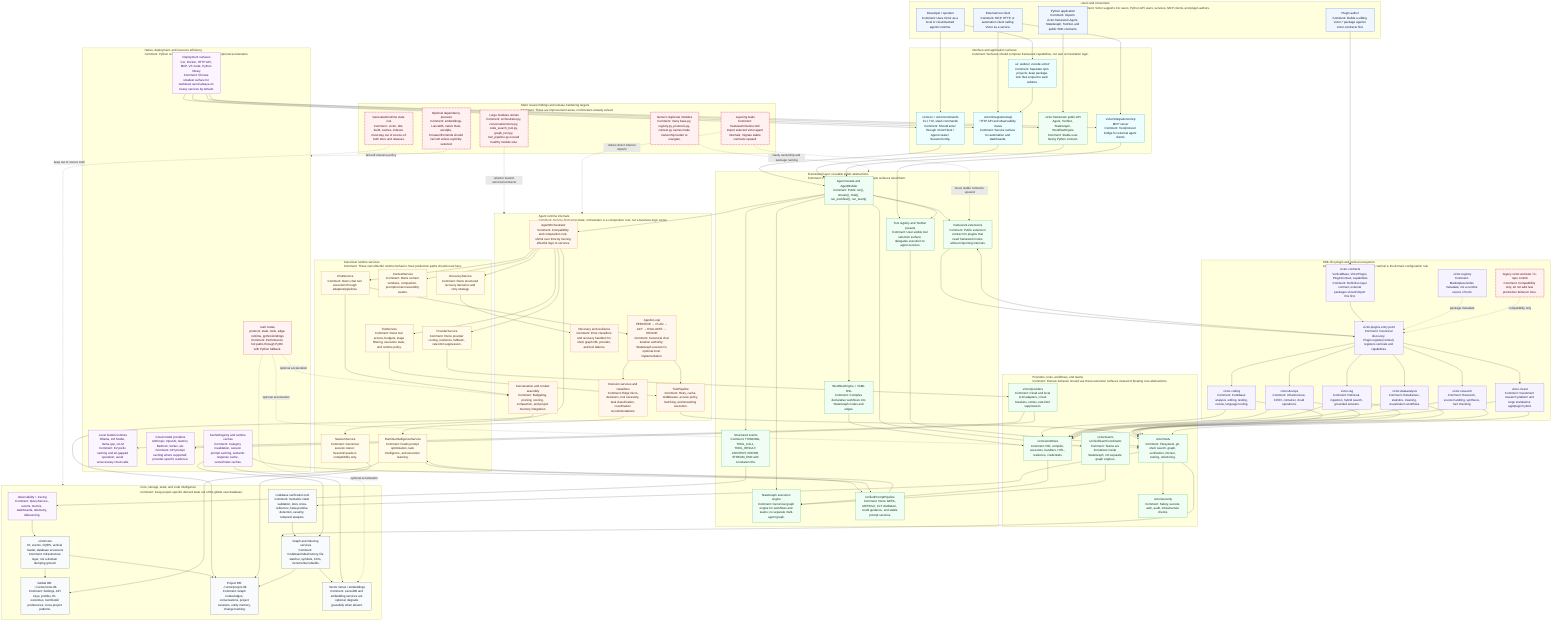
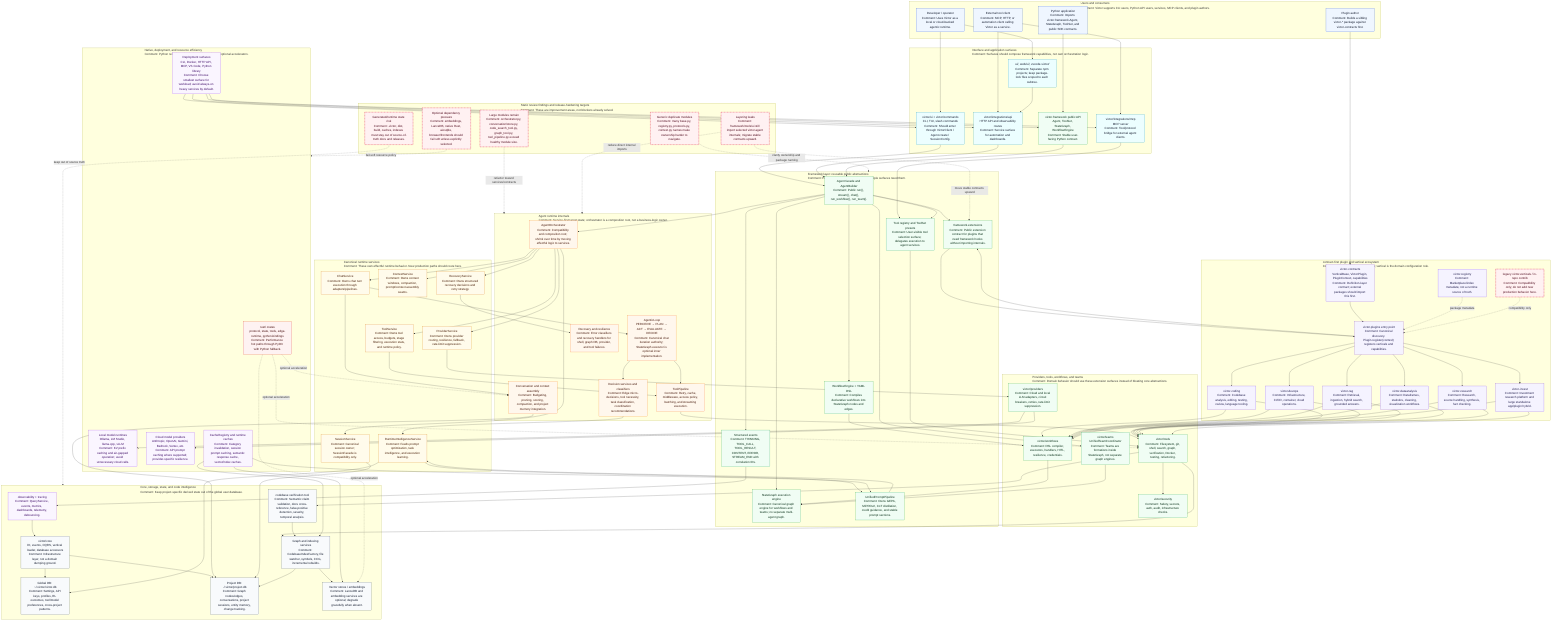
%% Victor 0.7 architecture deep dive.
%% Purpose: release-facing map of runtime layering, plugin boundaries, resource ownership, and known coupling hotspots.
%% Reading rule: solid arrows are primary runtime flows; dotted arrows are discovery, compatibility, or optional flows.
%% Conservative architecture rule: root framework owns reusable contracts; sibling victor-* repos own domain behavior.
flowchart TB
  %% Visual classes keep runtime ownership, extension seams, storage, and risk areas distinguishable in the rendered SVG.
  classDef user fill:#eff6ff,stroke:#1d4ed8,color:#0f172a,stroke-width:1px
  classDef surface fill:#ecfeff,stroke:#0891b2,color:#0f172a,stroke-width:1px
  classDef framework fill:#f0fdf4,stroke:#16a34a,color:#052e16,stroke-width:1px
  classDef agent fill:#fff7ed,stroke:#f97316,color:#431407,stroke-width:1px
  classDef service fill:#fffbeb,stroke:#d97706,color:#451a03,stroke-width:1px
  classDef extension fill:#f5f3ff,stroke:#7c3aed,color:#1e1b4b,stroke-width:1px
  classDef storage fill:#f8fafc,stroke:#475569,color:#0f172a,stroke-width:1px
  classDef native fill:#fef2f2,stroke:#dc2626,color:#450a0a,stroke-width:1px
  classDef ops fill:#faf5ff,stroke:#9333ea,color:#3b0764,stroke-width:1px
  classDef risk fill:#fff1f2,stroke:#e11d48,color:#4c0519,stroke-width:2px,stroke-dasharray: 5 3

  subgraph Users["Users and consumers\nComment: Victor supports CLI users, Python API users, services, MCP clients, and plugin authors."]
    U1["Developer / operator\nComment: Uses Victor as a local or cloud-backed agentic runtime."]:::user
    U2["Python application\nComment: Imports victor.framework.Agent, StateGraph, ToolSet, and public SDK contracts."]:::user
    U3["External tool client\nComment: MCP, HTTP, or automation client calling Victor as a service."]:::user
    U4["Plugin author\nComment: Builds a sibling victor-* package against victor-contracts first."]:::user
  end

  subgraph Surfaces["Interface and application surfaces\nComment: Surfaces should compose framework capabilities, not own orchestration logic."]
    CLI["victor/ui + victor/commands\nCLI, TUI, slash commands\nComment: Should enter through VictorClient / Agent.create / SessionConfig."]:::surface
    API["victor/integrations/api\nHTTP API and observability routes\nComment: Service surface for automation and dashboards."]:::surface
    MCP["victor/integrations/mcp\nMCP server\nComment: Tool/protocol bridge for external agent clients."]:::surface
    PyAPI["victor.framework public API\nAgent, ToolSet, StateGraph, WorkflowEngine\nComment: Stable user-facing Python contract."]:::framework
    Frontends["ui/, web/ui/, vscode-victor/\nComment: Separate npm projects; keep package-lock files scoped to each subtree."]:::surface
  end

  subgraph Framework["Framework layer: reusable public abstractions\nComment: Put reusable APIs here only when multiple surfaces need them."]
    AgentAPI["Agent facade and AgentBuilder\nComment: Public run(), stream(), chat(), run_workflow(), run_team()."]:::framework
    StateGraph["StateGraph execution engine\nComment: Canonical graph engine for workflows and teams; no separate multi-agent graph."]:::framework
    WorkflowEngine["WorkflowEngine + YAML DSL\nComment: Compiles declarative workflows into StateGraph nodes and edges."]:::framework
    ToolRegistry["Tool registry and ToolSet presets\nComment: User-visible tool selection surface; delegates execution to agent services."]:::framework
    Events["Structured events\nComment: THINKING, TOOL_CALL, TOOL_RESULT, CONTENT, ERROR, STREAM_END with correlation IDs."]:::framework
    FrameworkExt["framework.extensions\nComment: Public extension contract for plugins that need framework hooks without importing internals."]:::framework
    PromptPipeline["UnifiedPromptPipeline\nComment: Owns GEPA, MiPROv2, CoT distillation, credit guidance, and stable prompt sections."]:::framework
  end

  subgraph AgentRuntime["Agent runtime internals\nComment: Service-first target state; orchestrator is a composition root, not a business-logic owner."]
    Orchestrator["AgentOrchestrator\nComment: Compatibility and composition root; shrink over time by moving effectful logic to services."]:::agent
    AgenticLoop["AgenticLoop\nPERCEIVE → PLAN → ACT → EVALUATE → DECIDE\nComment: Canonical chat iteration authority; StateGraph executor is optional inner implementation."]:::agent
    ToolPipeline["ToolPipeline\nComment: Retry, cache, middleware, access policy, batching, and streaming execution."]:::agent
    DecisionLayer["Decision services and classifiers\nComment: Edge micro-decisions, tool necessity, task classification, coordination recommendations."]:::agent
    ContextAssembler["Conversation and context assembly\nComment: Budgeting, pruning, scoring, compaction, and project memory integration."]:::agent
    RecoveryLayer["Recovery and resilience\nComment: Error classifiers and recovery handlers for shell, graph DB, provider, and tool failures."]:::agent
  end

  subgraph Services["Canonical runtime services\nComment: These own effectful runtime behavior. New production paths should route here."]
    ChatService["ChatService\nComment: Owns chat turn execution through adapters/pipelines."]:::service
    ToolService["ToolService\nComment: Owns tool access, budgets, stage filtering, execution stats, and runtime policy."]:::service
    SessionService["SessionService\nComment: Canonical session owner; SessionFacade is compatibility only."]:::service
    ContextService["ContextService\nComment: Owns context windows, compaction, prompt/context assembly seams."]:::service
    ProviderService["ProviderService\nComment: Owns provider routing, resilience, fallback, rate-limit suppression."]:::service
    RecoveryService["RecoveryService\nComment: Owns structured recovery decisions and retry strategy."]:::service
    RuntimeIntel["RuntimeIntelligenceService\nComment: Feeds prompt optimization, task intelligence, and execution learning."]:::service
  end

-   subgraph Extensions["SDK-first plugin and vertical ecosystem\nComment: Plugin is the bootstrap seam; vertical is the domain configuration role."]
+   subgraph Extensions["contract-first plugin and vertical ecosystem\nComment: Plugin is the bootstrap seam; vertical is the domain configuration role."]
    SDK["victor-contracts\nVerticalBase, VictorPlugin, PluginContext, capabilities\nComment: Definition-layer contract; external packages should import this first."]:::extension
    PluginDiscovery["victor.plugins entry point\nComment: Canonical discovery. Plugin.register(context) registers verticals and capabilities."]:::extension
    LegacyVerticals["legacy victor.verticals / in-repo contrib\nComment: Compatibility only; do not add new production behavior here."]:::risk
    Registry["victor-registry\nComment: Marketplace/index metadata; not a runtime source of truth."]:::extension
    VCoding["victor-coding\nComment: Codebase analysis, editing, testing, review, language tooling."]:::extension
    VDevOps["victor-devops\nComment: Infrastructure, CI/CD, container, cloud operations."]:::extension
    VRag["victor-rag\nComment: Retrieval, ingestion, hybrid search, grounded answers."]:::extension
    VData["victor-dataanalysis\nComment: Dataframes, statistics, cleaning, visualization workflows."]:::extension
    VResearch["victor-research\nComment: Research, source handling, synthesis, fact checking."]:::extension
    VInvest["victor-invest\nComment: Investment research platform and large standalone app/plugin hybrid."]:::extension
  end

  subgraph CoreData["Core, storage, state, and code intelligence\nComment: Keep project-specific derived state out of the global user database."]
    Core["victor/core\nDI, events, CQRS, vertical loader, database accessors\nComment: Infrastructure layer, not a domain dumping ground."]:::storage
    GlobalDB["Global DB: ~/.victor/victor.db\nComment: Settings, API keys, profiles, RL outcomes, tool/model preferences, cross-project patterns."]:::storage
    ProjectDB["Project DB: ./.victor/project.db\nComment: Graph nodes/edges, conversations, project sessions, entity memory, change tracking."]:::storage
    GraphIndex["Graph and indexing services\nComment: CodebaseIndexFactory, file watcher, symbols, CCG, incremental rebuilds."]:::storage
    VectorStores["Vector stores / embeddings\nComment: LanceDB and embedding services are optional; degrade gracefully when absent."]:::storage
    Verification["codebase verification tool\nComment: Semantic claim validation, docs cross-reference, false-positive detection, severity, temporal analysis."]:::storage
    Observability["observability + tracing\nComment: QueryService, events, metrics, dashboards, telemetry, debouncing."]:::ops
  end

  subgraph RuntimeProviders["Providers, tools, workflows, and teams\nComment: Domain behavior should use these extension surfaces instead of bloating core abstractions."]
    Providers["victor/providers\nComment: Cloud and local LLM adapters, circuit breakers, retries, rate-limit suppression."]:::framework
    Tools["victor/tools\nComment: Filesystem, git, shell, search, graph, verification, Docker, testing, refactoring."]:::framework
    Workflows["victor/workflows\nComment: DSL compiler, executors, handlers, HITL, resilience, credentials."]:::framework
    Teams["victor/teams\nUnifiedTeamCoordinator\nComment: Teams are formations inside StateGraph, not separate graph engines."]:::framework
    Security["victor/security\nComment: Safety, secrets, auth, audit, infrastructure checks."]:::framework
  end

  subgraph NativeOps["Native, deployment, and resource efficiency\nComment: Python remains authoritative; native paths are optional accelerators."]
    Rust["rust/ crates\nprotocol, state, tools, edge-runtime, python-bindings\nComment: Performance hot paths through PyO3 with Python fallback."]:::native
    LocalModels["Local model runtimes\nOllama, LM Studio, llama.cpp, vLLM\nComment: KV prefix caching and air-gapped operation; avoid unnecessary cloud calls."]:::ops
    CloudModels["Cloud model providers\nAnthropic, OpenAI, Gemini, Bedrock, Vertex, etc.\nComment: API prompt caching where supported; provider-specific resilience."]:::ops
    Deployment["Deployment surfaces\nCLI, Docker, HTTP API, MCP, VS Code, Python library\nComment: Choose smallest surface for workload; avoid always-on heavy services by default."]:::ops
    Caches["CacheRegistry and runtime caches\nComment: Category invalidation, session prompt caching, semantic response cache, vector/index caches."]:::ops
  end

  subgraph Hotspots["Static review findings and release-hardening targets\nComment: These are improvement areas, not blockers already solved."]
    GodFiles["Large modules remain\nComment: orchestrator.py, conversation/store.py, code_search_tool.py, graph_tool.py, tool_pipeline.py exceed healthy module size."]:::risk
    DupNames["Generic duplicate modules\nComment: many base.py, registry.py, protocols.py, context.py names make ownership harder to navigate."]:::risk
    LayerLeaks["Layering leaks\nComment: framework/tools/ui still import selected victor.agent internals; migrate stable contracts upward."]:::risk
    GeneratedState["Generated/runtime state risk\nComment: .victor, dist, build, caches, indexes must stay out of source-of-truth docs and releases."]:::risk
    OptionalDeps["Optional dependency pressure\nComment: embeddings, LanceDB, native Rust, aiosqlite, browser/frontends should fail soft unless explicitly selected."]:::risk
  end

  %% User and surface flows.
  U1 --> CLI
  U2 --> PyAPI
  U3 --> API
  U3 --> MCP
  U1 --> Frontends
  U4 --> SDK

  %% Surface-to-framework relationships.
  CLI --> AgentAPI
  API --> AgentAPI
  MCP --> ToolRegistry
  PyAPI --> AgentAPI
  Frontends --> API

  %% Framework composition.
  AgentAPI --> Orchestrator
  AgentAPI --> StateGraph
  AgentAPI --> WorkflowEngine
  AgentAPI --> ToolRegistry
  AgentAPI --> Events
  AgentAPI --> FrameworkExt
  FrameworkExt --> PluginDiscovery
  PromptPipeline --> RuntimeIntel

  %% Runtime service ownership.
  Orchestrator --> ChatService
  Orchestrator --> ToolService
  Orchestrator --> SessionService
  Orchestrator --> ContextService
  Orchestrator --> ProviderService
  Orchestrator --> RecoveryService
  ChatService --> AgenticLoop
  ChatService --> ContextAssembler
  ToolService --> ToolPipeline
  ProviderService --> Providers
  RecoveryService --> RecoveryLayer
  RuntimeIntel --> PromptPipeline
  DecisionLayer --> RuntimeIntel
  AgenticLoop --> DecisionLayer
  AgenticLoop --> ToolPipeline

  %% Provider, tool, workflow, and team execution.
  ToolPipeline --> Tools
  ToolRegistry --> Tools
  WorkflowEngine --> Workflows
  Workflows --> StateGraph
  Teams --> StateGraph
  AgentAPI --> Teams
  Providers --> CloudModels
  Providers --> LocalModels
  Tools --> Security
  Tools --> Verification
  Tools --> GraphIndex

  %% Data ownership.
  Core --> GlobalDB
  Core --> ProjectDB
  ContextAssembler --> ProjectDB
  SessionService --> ProjectDB
  RuntimeIntel --> GlobalDB
  GraphIndex --> ProjectDB
  GraphIndex --> VectorStores
  Verification --> GraphIndex
  Observability --> Core
  Events --> Observability
  Caches --> GraphIndex
  Caches --> VectorStores
  Caches --> PromptPipeline

  %% Plugin ecosystem.
  SDK --> PluginDiscovery
  PluginDiscovery --> FrameworkExt
  PluginDiscovery --> VCoding
  PluginDiscovery --> VDevOps
  PluginDiscovery --> VRag
  PluginDiscovery --> VData
  PluginDiscovery --> VResearch
  PluginDiscovery --> VInvest
  Registry -. package metadata .-> PluginDiscovery
  LegacyVerticals -. compatibility only .-> PluginDiscovery
  VCoding --> Tools
  VDevOps --> Tools
  VRag --> Tools
  VData --> Tools
  VResearch --> Tools
  VInvest --> Tools
  VCoding --> Workflows
  VDevOps --> Workflows
  VRag --> Workflows
  VData --> Workflows
  VResearch --> Workflows
  VInvest --> Workflows

  %% Native and deployment options.
  Rust -. optional acceleration .-> Tools
  Rust -. optional acceleration .-> VectorStores
  Rust -. optional acceleration .-> ContextAssembler
  Deployment --> CLI
  Deployment --> API
  Deployment --> MCP
  Deployment --> PyAPI

  %% Hotspot relationships.
  GodFiles -. refactor toward services/contracts .-> AgentRuntime
  DupNames -. clarify ownership and package naming .-> Framework
  LayerLeaks -. move stable contracts upward .-> FrameworkExt
  LayerLeaks -. reduce direct internal imports .-> AgentRuntime
  GeneratedState -. keep out of source truth .-> CoreData
  OptionalDeps -. fail-soft resource policy .-> NativeOps
